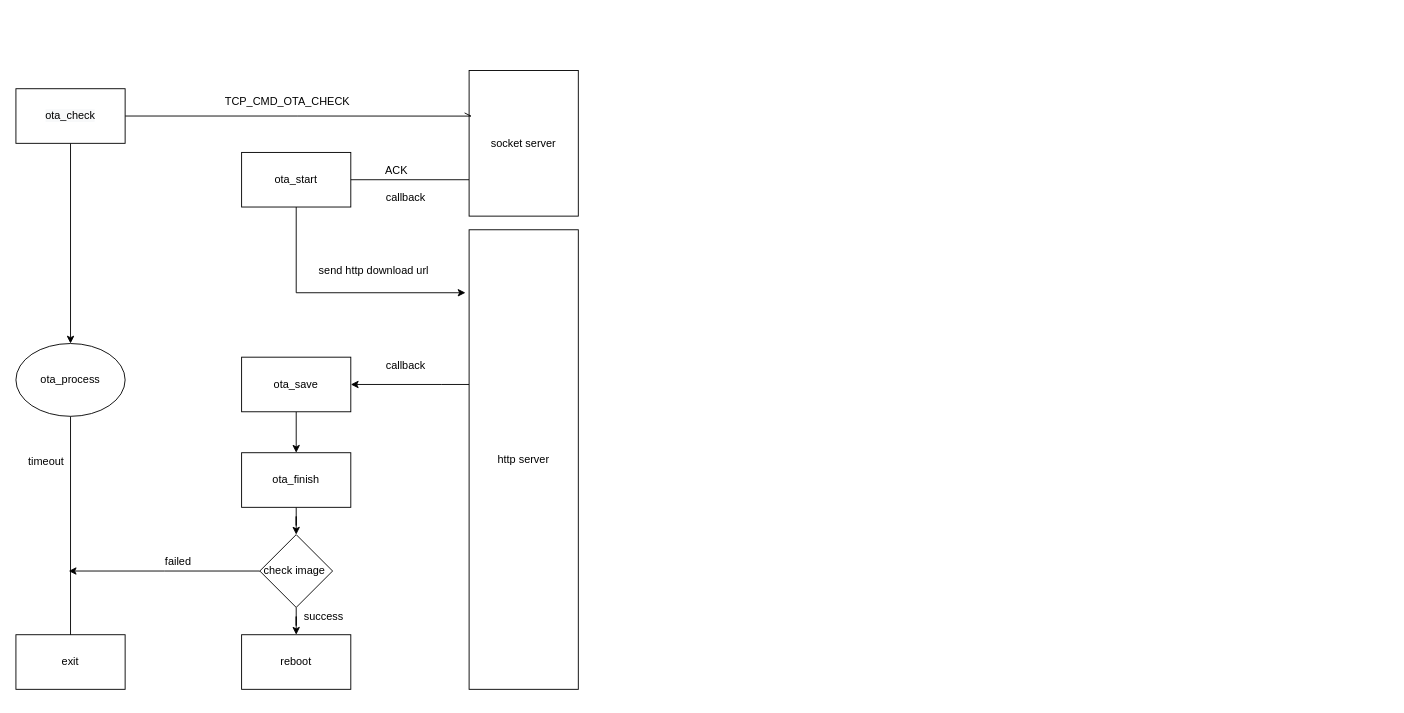
Earlier version of the draw.io diagram mcu_ota.drawio (zhangmeizhen/test2). Source tidied: cells renumbered, new cells numbered last; positions are measured from the earlier drawing's top-left corner, leaving out a move shared by most shapes. Both pictures are drawn from the tidied source at 91%, with x=0, y=0 at pixel (15, 70).
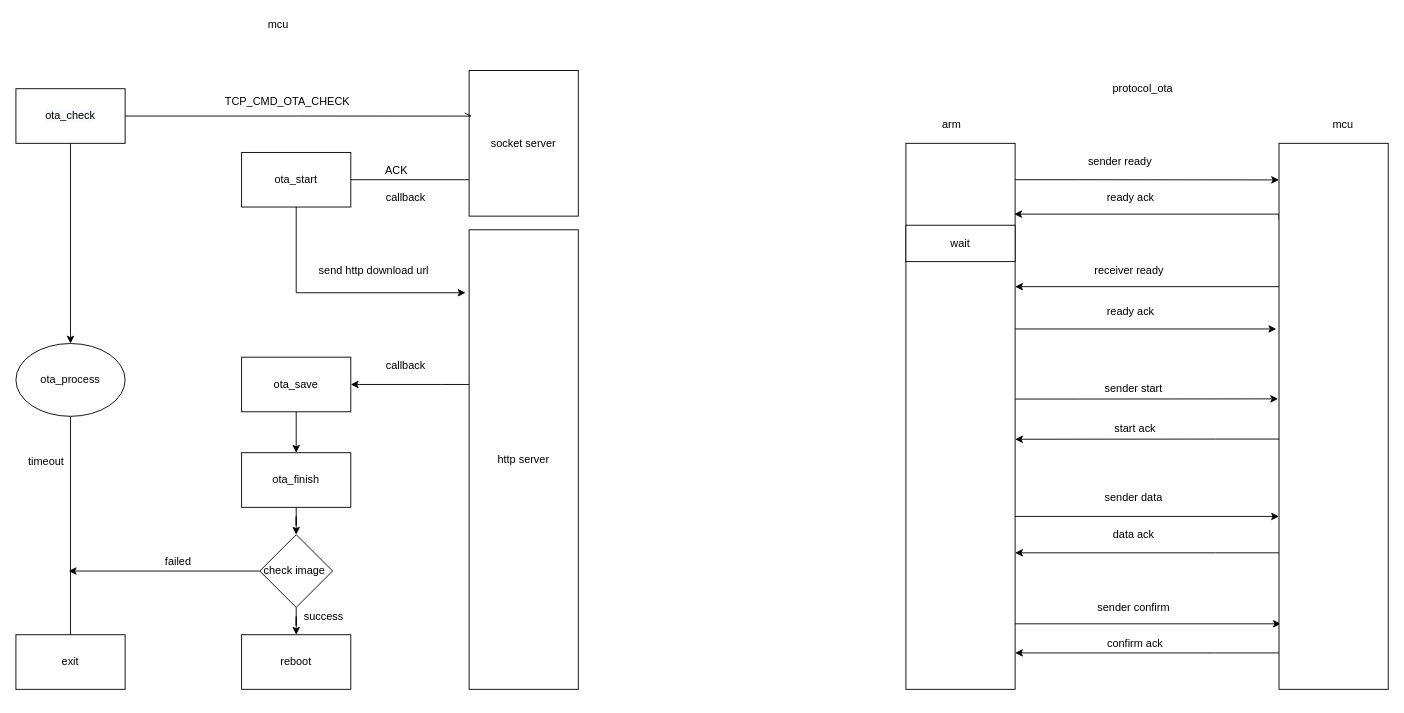
The same page after the edit.

Diff of the diagram source:
```diff
@@
+    <mxCell id="30" value="mcu" style="text;html=1;align=center;verticalAlign=middle;strokeColor=none;fillColor=none;" parent="1" vertex="1">
+      <mxGeometry x="268" y="-60" width="40" height="20" as="geometry" />
+    </mxCell>
+    <mxCell id="31" value="arm" style="text;html=1;align=center;verticalAlign=middle;strokeColor=none;fillColor=none;" parent="1" vertex="1">
+      <mxGeometry x="1008" y="50" width="40" height="20" as="geometry" />
+    </mxCell>
+    <mxCell id="32" style="edgeStyle=orthogonalEdgeStyle;rounded=0;jettySize=auto;html=1;entryX=0;entryY=0.067;entryDx=0;entryDy=0;entryPerimeter=0;" parent="1" edge="1" source="36" target="42">
+      <mxGeometry relative="1" as="geometry">
+        <Array as="points">
+          <mxPoint x="1168" y="120" />
+          <mxPoint x="1168" y="120" />
+        </Array>
+      </mxGeometry>
+    </mxCell>
+    <mxCell id="33" style="edgeStyle=orthogonalEdgeStyle;rounded=0;jettySize=auto;html=1;entryX=-0.025;entryY=0.34;entryDx=0;entryDy=0;entryPerimeter=0;" parent="1" edge="1" source="36" target="42">
+      <mxGeometry relative="1" as="geometry">
+        <Array as="points">
+          <mxPoint x="1158" y="284" />
+          <mxPoint x="1158" y="284" />
+        </Array>
+      </mxGeometry>
+    </mxCell>
+    <mxCell id="34" style="edgeStyle=orthogonalEdgeStyle;rounded=0;jettySize=auto;html=1;entryX=-0.008;entryY=0.468;entryDx=0;entryDy=0;entryPerimeter=0;" parent="1" edge="1" source="36" target="42">
+      <mxGeometry relative="1" as="geometry">
+        <Array as="points">
+          <mxPoint x="1168" y="361" />
+          <mxPoint x="1168" y="361" />
+        </Array>
+      </mxGeometry>
+    </mxCell>
+    <mxCell id="35" style="edgeStyle=orthogonalEdgeStyle;rounded=0;jettySize=auto;html=1;entryX=0.017;entryY=0.88;entryDx=0;entryDy=0;entryPerimeter=0;" parent="1" edge="1" source="36" target="42">
+      <mxGeometry relative="1" as="geometry">
+        <Array as="points">
+          <mxPoint x="1168" y="608" />
+          <mxPoint x="1168" y="608" />
+        </Array>
+      </mxGeometry>
+    </mxCell>
+    <mxCell id="36" style="rounded=0;whiteSpace=wrap;html=1;" parent="1" vertex="1">
+      <mxGeometry x="978" y="80" width="120" height="600" as="geometry" />
+    </mxCell>
+    <mxCell id="37" style="edgeStyle=orthogonalEdgeStyle;rounded=0;orthogonalLoop=1;jettySize=auto;html=1;entryX=1;entryY=0.25;entryDx=0;entryDy=0;" parent="1" edge="1">
+      <mxGeometry relative="1" as="geometry">
+        <mxPoint x="1388" y="237.5" as="sourcePoint" />
+        <mxPoint x="1098" y="237.5" as="targetPoint" />
+        <Array as="points">
+          <mxPoint x="1243" y="238" />
+        </Array>
+      </mxGeometry>
+    </mxCell>
+    <mxCell id="38" style="edgeStyle=orthogonalEdgeStyle;rounded=0;orthogonalLoop=1;jettySize=auto;html=1;entryX=0.992;entryY=0.123;entryDx=0;entryDy=0;entryPerimeter=0;" parent="1" edge="1">
+      <mxGeometry relative="1" as="geometry">
+        <mxPoint x="1388" y="164" as="sourcePoint" />
+        <mxPoint x="1097" y="157.8" as="targetPoint" />
+        <Array as="points">
+          <mxPoint x="1388" y="158" />
+        </Array>
+      </mxGeometry>
+    </mxCell>
+    <mxCell id="39" style="edgeStyle=orthogonalEdgeStyle;rounded=0;jettySize=auto;html=1;entryX=1;entryY=0.542;entryDx=0;entryDy=0;entryPerimeter=0;" parent="1" edge="1" source="42" target="36">
+      <mxGeometry relative="1" as="geometry">
+        <Array as="points">
+          <mxPoint x="1318" y="405" />
+          <mxPoint x="1318" y="405" />
+        </Array>
+      </mxGeometry>
+    </mxCell>
+    <mxCell id="40" style="edgeStyle=orthogonalEdgeStyle;rounded=0;jettySize=auto;html=1;entryX=1;entryY=0.75;entryDx=0;entryDy=0;" parent="1" edge="1" source="42" target="36">
+      <mxGeometry relative="1" as="geometry">
+        <Array as="points">
+          <mxPoint x="1318" y="530" />
+          <mxPoint x="1318" y="530" />
+        </Array>
+      </mxGeometry>
+    </mxCell>
+    <mxCell id="41" style="edgeStyle=orthogonalEdgeStyle;rounded=0;orthogonalLoop=1;jettySize=auto;html=1;entryX=1;entryY=0.925;entryDx=0;entryDy=0;entryPerimeter=0;" parent="1" edge="1">
+      <mxGeometry relative="1" as="geometry">
+        <mxPoint x="1388" y="640" as="sourcePoint" />
+        <mxPoint x="1098" y="640" as="targetPoint" />
+        <Array as="points">
+          <mxPoint x="1318" y="640" />
+          <mxPoint x="1318" y="640" />
+        </Array>
+      </mxGeometry>
+    </mxCell>
+    <mxCell id="42" style="rounded=0;whiteSpace=wrap;html=1;" parent="1" vertex="1">
+      <mxGeometry x="1388" y="80" width="120" height="600" as="geometry" />
+    </mxCell>
+    <mxCell id="43" value="mcu" style="text;html=1;align=center;verticalAlign=middle;strokeColor=none;fillColor=none;" parent="1" vertex="1">
+      <mxGeometry x="1438" y="50" width="40" height="20" as="geometry" />
+    </mxCell>
+    <mxCell id="44" value="protocol_ota" style="text;html=1;align=center;verticalAlign=middle;strokeColor=none;fillColor=none;" parent="1" vertex="1">
+      <mxGeometry x="1193" y="10" width="90" height="20" as="geometry" />
+    </mxCell>
+    <mxCell id="45" value="sender ready" style="text;html=1;align=center;verticalAlign=middle;strokeColor=none;fillColor=none;" parent="1" vertex="1">
+      <mxGeometry x="1168" y="90" width="90" height="20" as="geometry" />
+    </mxCell>
+    <mxCell id="46" value="&amp;nbsp;ready ack" style="text;html=1;align=center;verticalAlign=middle;strokeColor=none;fillColor=none;" parent="1" vertex="1">
+      <mxGeometry x="1188" y="130" width="70" height="20" as="geometry" />
+    </mxCell>
+    <mxCell id="47" value="wait" style="rounded=0;whiteSpace=wrap;html=1;" parent="1" vertex="1">
+      <mxGeometry x="978" y="170" width="120" height="40" as="geometry" />
+    </mxCell>
+    <mxCell id="48" value="receiver ready" style="text;html=1;align=center;verticalAlign=middle;strokeColor=none;fillColor=none;" parent="1" vertex="1">
+      <mxGeometry x="1178" y="210" width="90" height="20" as="geometry" />
+    </mxCell>
+    <mxCell id="49" value="sender start" style="text;html=1;align=center;verticalAlign=middle;strokeColor=none;fillColor=none;" parent="1" vertex="1">
+      <mxGeometry x="1188" y="340" width="80" height="20" as="geometry" />
+    </mxCell>
+    <mxCell id="50" value="&amp;nbsp;ready ack" style="text;html=1;align=center;verticalAlign=middle;strokeColor=none;fillColor=none;" parent="1" vertex="1">
+      <mxGeometry x="1188" y="255" width="70" height="20" as="geometry" />
+    </mxCell>
+    <mxCell id="51" value="&amp;nbsp;start ack" style="text;html=1;align=center;verticalAlign=middle;strokeColor=none;fillColor=none;" parent="1" vertex="1">
+      <mxGeometry x="1193" y="384" width="70" height="20" as="geometry" />
+    </mxCell>
+    <mxCell id="52" style="edgeStyle=orthogonalEdgeStyle;rounded=0;orthogonalLoop=1;jettySize=auto;html=1;entryX=0;entryY=0.75;entryDx=0;entryDy=0;" parent="1" edge="1">
+      <mxGeometry relative="1" as="geometry">
+        <mxPoint x="1098" y="490" as="sourcePoint" />
+        <mxPoint x="1388" y="490" as="targetPoint" />
+        <Array as="points">
+          <mxPoint x="1243" y="490.5" />
+        </Array>
+      </mxGeometry>
+    </mxCell>
+    <mxCell id="53" value="sender data" style="text;html=1;align=center;verticalAlign=middle;strokeColor=none;fillColor=none;" parent="1" vertex="1">
+      <mxGeometry x="1188" y="460" width="80" height="20" as="geometry" />
+    </mxCell>
+    <mxCell id="54" value="data ack" style="text;html=1;align=center;verticalAlign=middle;strokeColor=none;fillColor=none;" parent="1" vertex="1">
+      <mxGeometry x="1198" y="500" width="60" height="20" as="geometry" />
+    </mxCell>
+    <mxCell id="55" value="sender confirm" style="text;html=1;align=center;verticalAlign=middle;strokeColor=none;fillColor=none;" parent="1" vertex="1">
+      <mxGeometry x="1178" y="580" width="100" height="20" as="geometry" />
+    </mxCell>
+    <mxCell id="56" value="&amp;nbsp;confirm ack" style="text;html=1;align=center;verticalAlign=middle;strokeColor=none;fillColor=none;" parent="1" vertex="1">
+      <mxGeometry x="1188" y="620" width="80" height="20" as="geometry" />
+    </mxCell>
```
